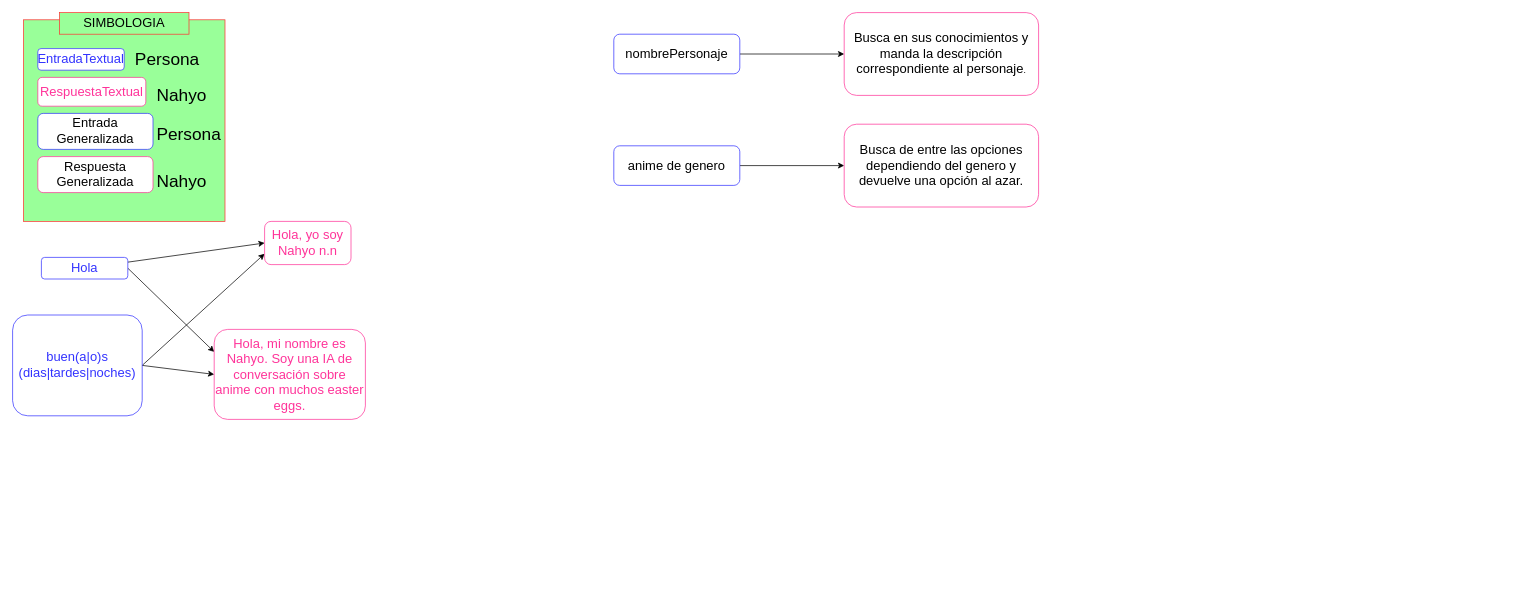
Earlier version of the draw.io diagram Diagrama/DiagramaGeneral.drawio (cynthializbeth/ChatBot). Source tidied: cells renumbered, new cells numbered last; positions are measured from the earlier drawing's top-left corner, leaving out a move shared by most shapes. Both pictures are drawn from the tidied source at 72%, with x=0, y=0 at pixel (12, 12).
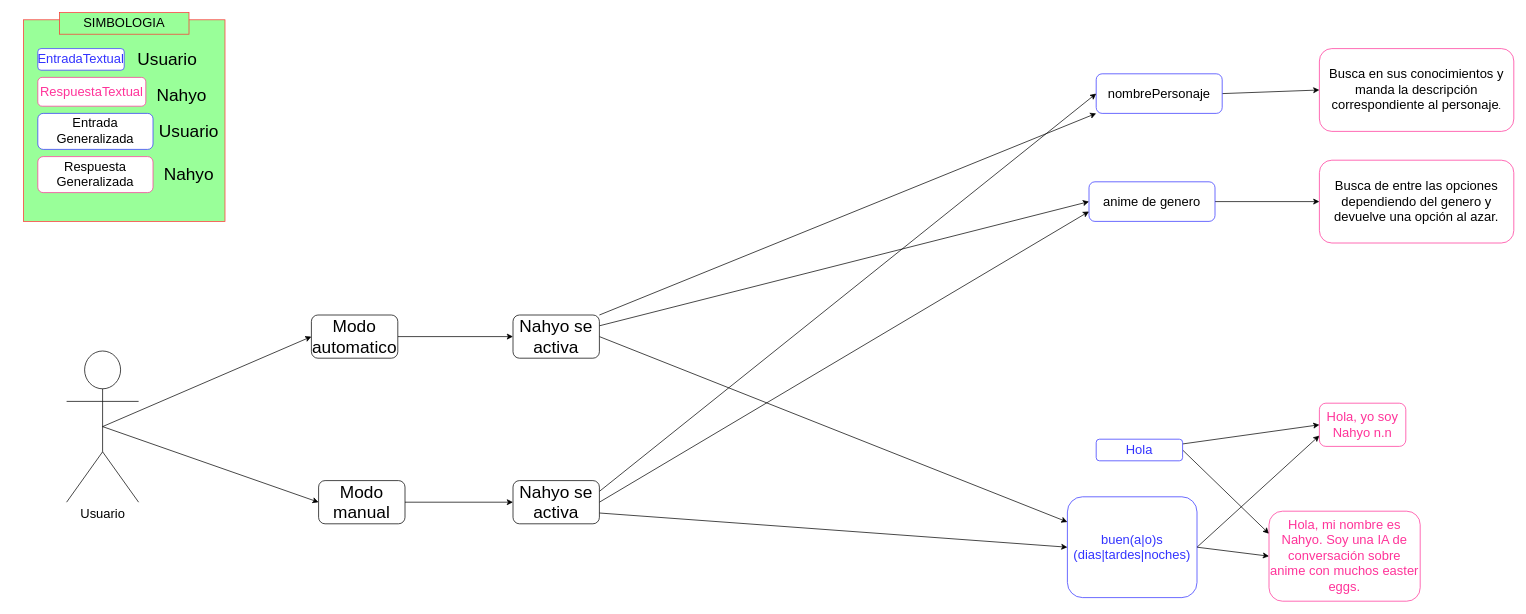
The same diagram, later.

Commit message:
Incorpora modos

Change to the diagram source:
```diff
@@
     <mxCell id="5" value="&lt;div&gt;&lt;font style=&quot;font-size: 18px;&quot; color=&quot;#3333FF&quot;&gt;Hola&lt;/font&gt;&lt;/div&gt;" style="rounded=1;whiteSpace=wrap;html=1;strokeColor=#3333FF;" parent="1" vertex="1">
-      <mxGeometry x="40" y="340" width="120" height="30" as="geometry" />
+      <mxGeometry x="1505" y="592.5" width="120" height="30" as="geometry" />
     </mxCell>
@@
     <mxCell id="8" value="&lt;font style=&quot;font-size: 18px;&quot; color=&quot;#3333FF&quot;&gt;buen(a|o)s (dias|tardes|noches)&lt;/font&gt;" style="rounded=1;whiteSpace=wrap;html=1;strokeColor=#3333FF;" parent="1" vertex="1">
-      <mxGeometry y="420" width="180" height="140" as="geometry" />
+      <mxGeometry x="1465" y="672.5" width="180" height="140" as="geometry" />
     </mxCell>
     <mxCell id="9" value="&lt;font style=&quot;font-size: 18px;&quot; color=&quot;#FF3399&quot;&gt;Hola, yo soy Nahyo n.n&lt;/font&gt;" style="rounded=1;whiteSpace=wrap;html=1;strokeColor=#FF3399;" parent="1" vertex="1">
-      <mxGeometry x="350" y="290" width="120" height="60" as="geometry" />
+      <mxGeometry x="1815" y="542.5" width="120" height="60" as="geometry" />
     </mxCell>
     <mxCell id="10" value="&lt;font style=&quot;font-size: 18px;&quot; color=&quot;#FF3399&quot;&gt;Hola, mi nombre es Nahyo. Soy una IA de conversación sobre anime con muchos easter eggs.&lt;/font&gt;" style="rounded=1;whiteSpace=wrap;html=1;strokeColor=#FF3399;" parent="1" vertex="1">
-      <mxGeometry x="280" y="440" width="210" height="125" as="geometry" />
+      <mxGeometry x="1745" y="692.5" width="210" height="125" as="geometry" />
     </mxCell>
@@
-    <mxCell id="12" value="&lt;font style=&quot;font-size: 24px;&quot;&gt;Persona&lt;/font&gt;" style="text;html=1;strokeColor=none;fillColor=none;align=center;verticalAlign=middle;whiteSpace=wrap;rounded=0;" parent="1" vertex="1">
+    <mxCell id="12" value="&lt;font style=&quot;font-size: 24px;&quot;&gt;Usuario&lt;/font&gt;" style="text;html=1;strokeColor=none;fillColor=none;align=center;verticalAlign=middle;whiteSpace=wrap;rounded=0;" parent="1" vertex="1">
       <mxGeometry x="185" y="50" width="60" height="30" as="geometry" />
     </mxCell>
@@
-    <mxCell id="16" value="&lt;font style=&quot;font-size: 24px;&quot;&gt;Persona&lt;/font&gt;" style="text;html=1;strokeColor=none;fillColor=none;align=center;verticalAlign=middle;whiteSpace=wrap;rounded=0;" parent="1" vertex="1">
-      <mxGeometry x="215" y="155" width="60" height="30" as="geometry" />
-    </mxCell>
@@
     <mxCell id="18" value="&lt;font style=&quot;font-size: 24px;&quot;&gt;Nahyo&lt;/font&gt;" style="text;html=1;strokeColor=none;fillColor=none;align=center;verticalAlign=middle;whiteSpace=wrap;rounded=0;" parent="1" vertex="1">
-      <mxGeometry x="205" y="220" width="60" height="30" as="geometry" />
+      <mxGeometry x="215" y="210" width="60" height="30" as="geometry" />
     </mxCell>
@@
     <mxCell id="21" value="&lt;font style=&quot;font-size: 18px;&quot;&gt;nombrePersonaje&lt;/font&gt;" style="rounded=1;whiteSpace=wrap;html=1;strokeColor=#3333FF;" parent="1" vertex="1">
-      <mxGeometry x="835" y="30" width="175" height="55" as="geometry" />
+      <mxGeometry x="1505" y="85" width="175" height="55" as="geometry" />
     </mxCell>
     <mxCell id="22" value="&lt;div&gt;&lt;font style=&quot;font-size: 18px;&quot;&gt;Busca en sus conocimientos y manda la descripción correspondiente al personaje&lt;/font&gt;.&lt;/div&gt;" style="rounded=1;whiteSpace=wrap;html=1;strokeColor=#FF3399;" parent="1" vertex="1">
-      <mxGeometry x="1155" width="270" height="115" as="geometry" />
+      <mxGeometry x="1815" y="50" width="270" height="115" as="geometry" />
     </mxCell>
@@
     <mxCell id="24" value="&lt;font style=&quot;font-size: 18px;&quot;&gt;anime de genero&lt;/font&gt;" style="rounded=1;whiteSpace=wrap;html=1;strokeColor=#3333FF;" parent="1" vertex="1">
-      <mxGeometry x="835" y="185" width="175" height="55" as="geometry" />
+      <mxGeometry x="1495" y="235" width="175" height="55" as="geometry" />
     </mxCell>
     <mxCell id="25" value="&lt;font style=&quot;font-size: 18px;&quot;&gt;Busca de entre las opciones dependiendo del genero y devuelve una opción al azar.&lt;/font&gt;" style="rounded=1;whiteSpace=wrap;html=1;strokeColor=#FF3399;" parent="1" vertex="1">
-      <mxGeometry x="1155" y="155" width="270" height="115" as="geometry" />
+      <mxGeometry x="1815" y="205" width="270" height="115" as="geometry" />
     </mxCell>
+    <mxCell id="26" style="rounded=0;jettySize=auto;html=1;exitX=0.5;exitY=0.5;exitDx=0;exitDy=0;exitPerimeter=0;entryX=0;entryY=0.5;entryDx=0;entryDy=0;fontSize=24;" parent="1" edge="1" source="28" target="31">
+      <mxGeometry relative="1" as="geometry" />
+    </mxCell>
+    <mxCell id="27" style="rounded=0;jettySize=auto;html=1;exitX=0.5;exitY=0.5;exitDx=0;exitDy=0;exitPerimeter=0;entryX=0;entryY=0.5;entryDx=0;entryDy=0;fontSize=24;" parent="1" edge="1" source="28" target="33">
+      <mxGeometry relative="1" as="geometry" />
+    </mxCell>
+    <mxCell id="28" value="Usuario" style="shape=umlActor;verticalLabelPosition=bottom;verticalAlign=top;html=1;outlineConnect=0;fontSize=18;" parent="1" vertex="1">
+      <mxGeometry x="75" y="470" width="100" height="210" as="geometry" />
+    </mxCell>
+    <mxCell id="29" value="&lt;font style=&quot;font-size: 24px;&quot;&gt;Usuario&lt;/font&gt;" style="text;html=1;strokeColor=none;fillColor=none;align=center;verticalAlign=middle;whiteSpace=wrap;rounded=0;" parent="1" vertex="1">
+      <mxGeometry x="215" y="150" width="60" height="30" as="geometry" />
+    </mxCell>
+    <mxCell id="30" style="edgeStyle=none;rounded=0;jettySize=auto;html=1;exitX=1;exitY=0.5;exitDx=0;exitDy=0;entryX=0;entryY=0.5;entryDx=0;entryDy=0;fontSize=24;" parent="1" edge="1" source="31" target="37">
+      <mxGeometry relative="1" as="geometry" />
+    </mxCell>
+    <mxCell id="31" value="Modo automatico" style="rounded=1;whiteSpace=wrap;html=1;fontSize=24;" parent="1" vertex="1">
+      <mxGeometry x="415" y="420" width="120" height="60" as="geometry" />
+    </mxCell>
+    <mxCell id="32" style="edgeStyle=none;rounded=0;jettySize=auto;html=1;exitX=1;exitY=0.5;exitDx=0;exitDy=0;entryX=0;entryY=0.5;entryDx=0;entryDy=0;fontSize=24;" parent="1" edge="1" source="33" target="41">
+      <mxGeometry relative="1" as="geometry" />
+    </mxCell>
+    <mxCell id="33" value="Modo manual" style="rounded=1;whiteSpace=wrap;html=1;fontSize=24;" parent="1" vertex="1">
+      <mxGeometry x="425" y="650" width="120" height="60" as="geometry" />
+    </mxCell>
+    <mxCell id="34" style="edgeStyle=none;rounded=0;jettySize=auto;html=1;exitX=1;exitY=0.5;exitDx=0;exitDy=0;entryX=0;entryY=0.25;entryDx=0;entryDy=0;fontSize=24;" parent="1" edge="1" source="37" target="8">
+      <mxGeometry relative="1" as="geometry" />
+    </mxCell>
+    <mxCell id="35" style="edgeStyle=none;rounded=0;jettySize=auto;html=1;exitX=1;exitY=0.25;exitDx=0;exitDy=0;entryX=0;entryY=0.5;entryDx=0;entryDy=0;fontSize=24;" parent="1" edge="1" source="37" target="24">
+      <mxGeometry relative="1" as="geometry" />
+    </mxCell>
+    <mxCell id="36" style="edgeStyle=none;rounded=0;jettySize=auto;html=1;exitX=1;exitY=0;exitDx=0;exitDy=0;fontSize=24;entryX=0;entryY=1;entryDx=0;entryDy=0;" parent="1" edge="1" source="37" target="21">
+      <mxGeometry relative="1" as="geometry" />
+    </mxCell>
+    <mxCell id="37" value="Nahyo se activa" style="rounded=1;whiteSpace=wrap;html=1;fontSize=24;" parent="1" vertex="1">
+      <mxGeometry x="695" y="420" width="120" height="60" as="geometry" />
+    </mxCell>
+    <mxCell id="38" style="edgeStyle=none;rounded=0;jettySize=auto;html=1;exitX=1;exitY=0.75;exitDx=0;exitDy=0;entryX=0;entryY=0.5;entryDx=0;entryDy=0;fontSize=24;" parent="1" edge="1" source="41" target="8">
+      <mxGeometry relative="1" as="geometry" />
+    </mxCell>
+    <mxCell id="39" style="edgeStyle=none;rounded=0;jettySize=auto;html=1;exitX=1;exitY=0.5;exitDx=0;exitDy=0;entryX=0;entryY=0.75;entryDx=0;entryDy=0;fontSize=24;" parent="1" edge="1" source="41" target="24">
+      <mxGeometry relative="1" as="geometry" />
+    </mxCell>
+    <mxCell id="40" style="edgeStyle=none;rounded=0;jettySize=auto;html=1;exitX=1;exitY=0.25;exitDx=0;exitDy=0;entryX=0;entryY=0.5;entryDx=0;entryDy=0;fontSize=24;" parent="1" edge="1" source="41" target="21">
+      <mxGeometry relative="1" as="geometry" />
+    </mxCell>
+    <mxCell id="41" value="Nahyo se activa" style="rounded=1;whiteSpace=wrap;html=1;fontSize=24;" parent="1" vertex="1">
+      <mxGeometry x="695" y="650" width="120" height="60" as="geometry" />
+    </mxCell>
```
